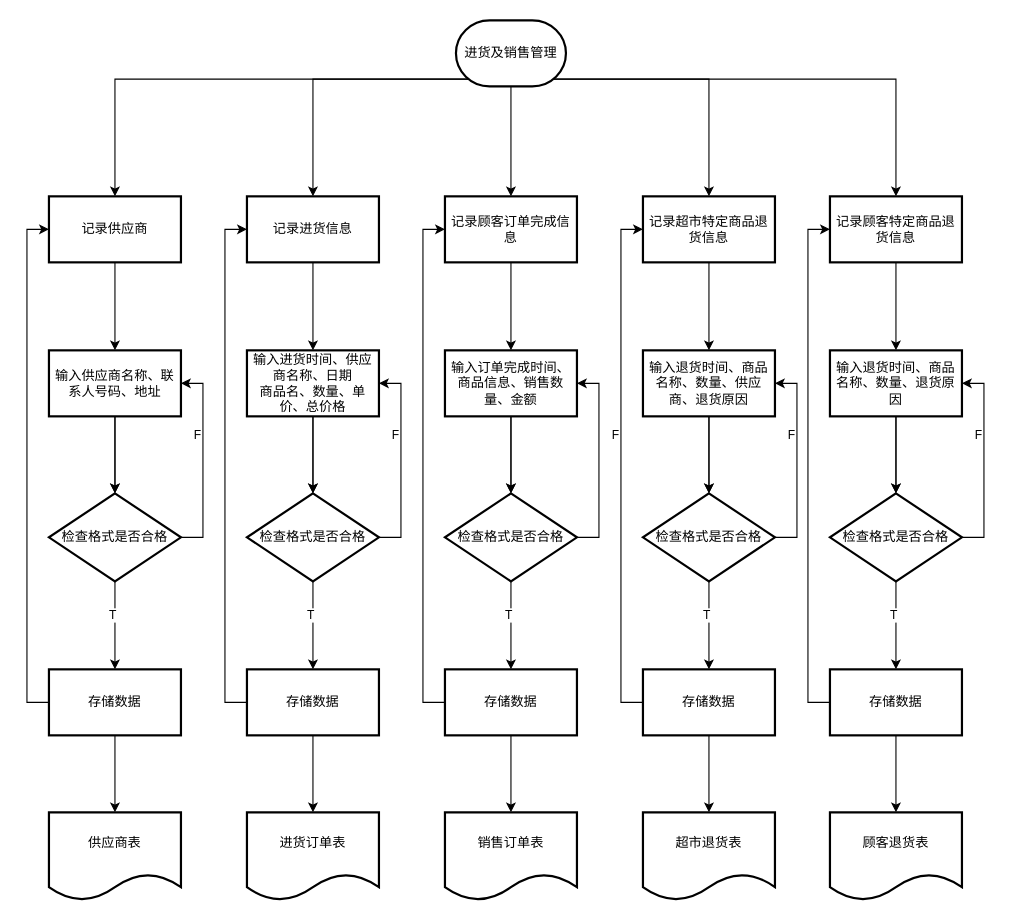
Above: page "进货及销售管理" (2 of 4) of 过程设计/功能流程图.drawio in Software-Engineering-Group-sophomore/SDUWH-2023-SE_DS_Work2 (draw.io), before the change. Source tidied: cells renumbered, new cells numbered last; positions are measured from the earlier drawing's top-left corner, leaving out a move shared by most shapes. Both pictures are drawn from the tidied source at 110%, with x=0, y=0 at pixel (48, 20).
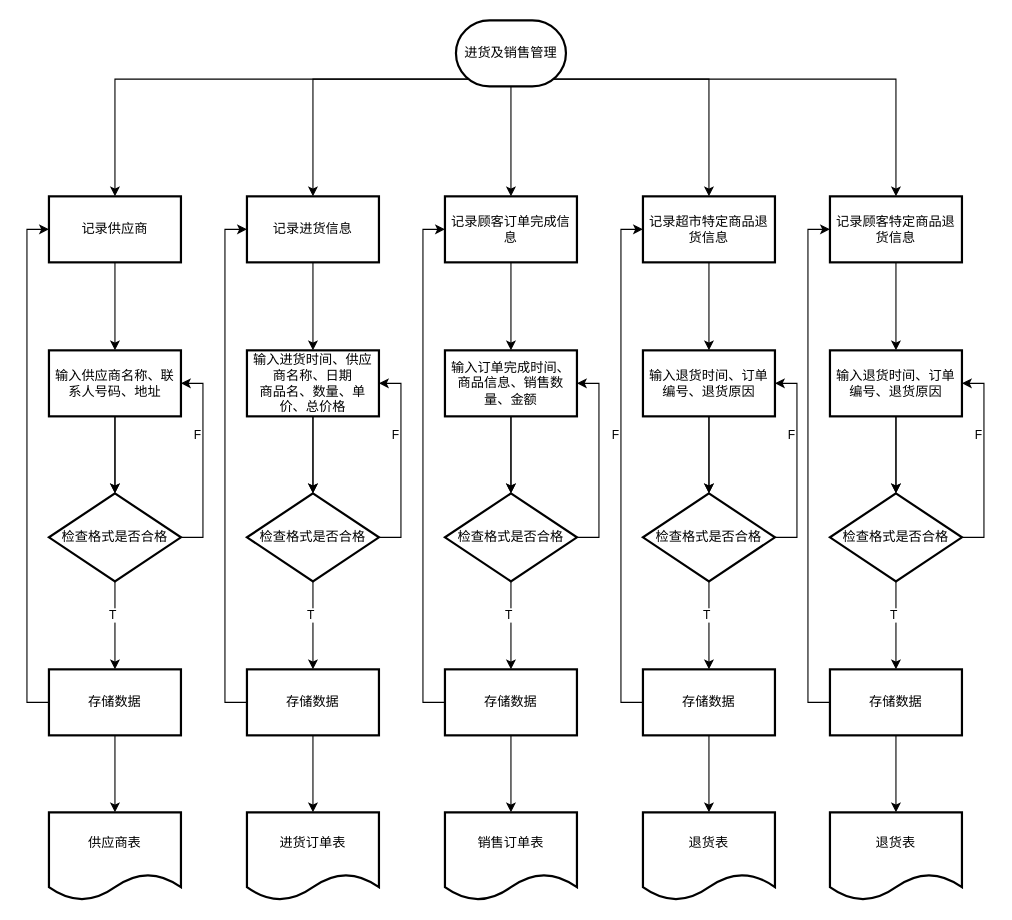
Above is the later version.

Diff of the diagram source:
```diff
@@
-    <mxCell id="55" value="输入退货时间、商品名称、数量、供应商、退货原因" style="whiteSpace=wrap;html=1;strokeWidth=2;" parent="1" vertex="1">
+    <mxCell id="55" value="输入退货时间、订单编号、退货原因" style="whiteSpace=wrap;html=1;strokeWidth=2;" parent="1" vertex="1">
       <mxGeometry x="540" y="300" width="120" height="60" as="geometry" />
     </mxCell>
@@
-    <mxCell id="59" value="超市退货表" style="shape=document;whiteSpace=wrap;html=1;boundedLbl=1;strokeWidth=2;" parent="1" vertex="1">
+    <mxCell id="59" value="退货表" style="shape=document;whiteSpace=wrap;html=1;boundedLbl=1;strokeWidth=2;" parent="1" vertex="1">
       <mxGeometry x="540" y="720" width="120" height="80" as="geometry" />
     </mxCell>
@@
-    <mxCell id="69" value="输入退货时间、商品名称、数量、退货原因" style="whiteSpace=wrap;html=1;strokeWidth=2;" parent="1" vertex="1">
+    <mxCell id="69" value="输入退货时间、订单编号、退货原因" style="whiteSpace=wrap;html=1;strokeWidth=2;" parent="1" vertex="1">
       <mxGeometry x="710" y="300" width="120" height="60" as="geometry" />
     </mxCell>
@@
-    <mxCell id="73" value="顾客退货表" style="shape=document;whiteSpace=wrap;html=1;boundedLbl=1;strokeWidth=2;" parent="1" vertex="1">
+    <mxCell id="73" value="退货表" style="shape=document;whiteSpace=wrap;html=1;boundedLbl=1;strokeWidth=2;" parent="1" vertex="1">
       <mxGeometry x="710" y="720" width="120" height="80" as="geometry" />
     </mxCell>
```
